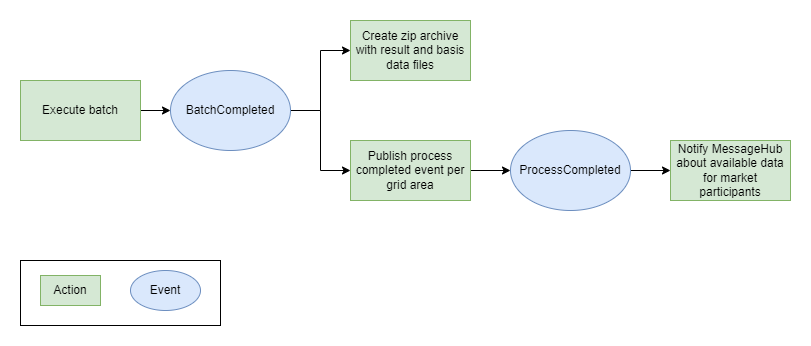
Earlier version of the draw.io export docs/images/events.drawio.png (Energinet-DataHub/opengeh-wholesale). Source tidied: cells renumbered, new cells last; positions are measured from the earlier drawing's top-left corner, leaving out a move shared by most shapes.
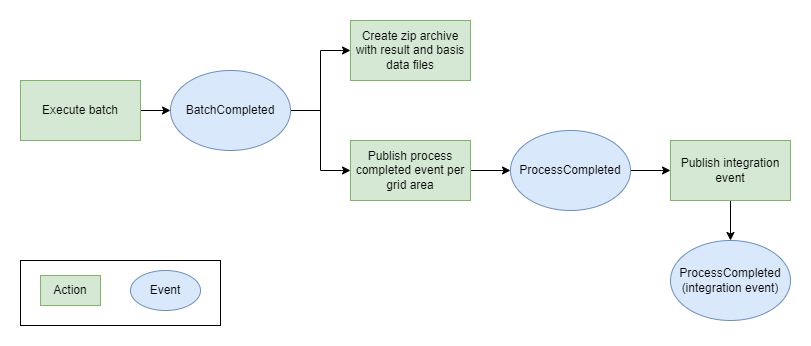
The same file after the commit.

What changed in the source:
```diff
@@ -1,4 +1,4 @@
-<mxGraphModel>
+<mxGraphModel background="#ffffff">
   <root>
     <mxCell id="0" />
     <mxCell id="1" parent="0" />
@@ -35,7 +35,10 @@
     <mxCell id="12" value="ProcessCompleted" style="ellipse;whiteSpace=wrap;html=1;fillColor=#dae8fc;strokeColor=#6c8ebf;" parent="1" vertex="1">
       <mxGeometry x="490" y="110" width="120" height="80" as="geometry" />
     </mxCell>
+    <mxCell id="16" style="edgeStyle=orthogonalEdgeStyle;rounded=0;jettySize=auto;html=1;" parent="1" edge="1" source="13" target="17">
+      <mxGeometry relative="1" as="geometry" />
+    </mxCell>
-    <mxCell id="13" value="Notify MessageHub about available data for market participants" style="rounded=0;whiteSpace=wrap;html=1;fillColor=#d5e8d4;strokeColor=#82b366;" parent="1" vertex="1">
+    <mxCell id="13" value="Publish integration event" style="rounded=0;whiteSpace=wrap;html=1;fillColor=#d5e8d4;strokeColor=#82b366;" parent="1" vertex="1">
       <mxGeometry x="650" y="120" width="120" height="60" as="geometry" />
     </mxCell>
     <mxCell id="14" value="Event" style="ellipse;whiteSpace=wrap;html=1;fillColor=#dae8fc;strokeColor=#6c8ebf;" parent="1" vertex="1">
@@ -44,5 +47,8 @@
     <mxCell id="15" value="Action" style="rounded=0;whiteSpace=wrap;html=1;fillColor=#d5e8d4;strokeColor=#82b366;" parent="1" vertex="1">
       <mxGeometry x="20" y="255" width="60" height="30" as="geometry" />
     </mxCell>
+    <mxCell id="17" value="ProcessCompleted&lt;br&gt;(integration event)" style="ellipse;whiteSpace=wrap;html=1;fillColor=#dae8fc;strokeColor=#6c8ebf;" parent="1" vertex="1">
+      <mxGeometry x="650" y="220" width="120" height="80" as="geometry" />
+    </mxCell>
   </root>
 </mxGraphModel>
```
